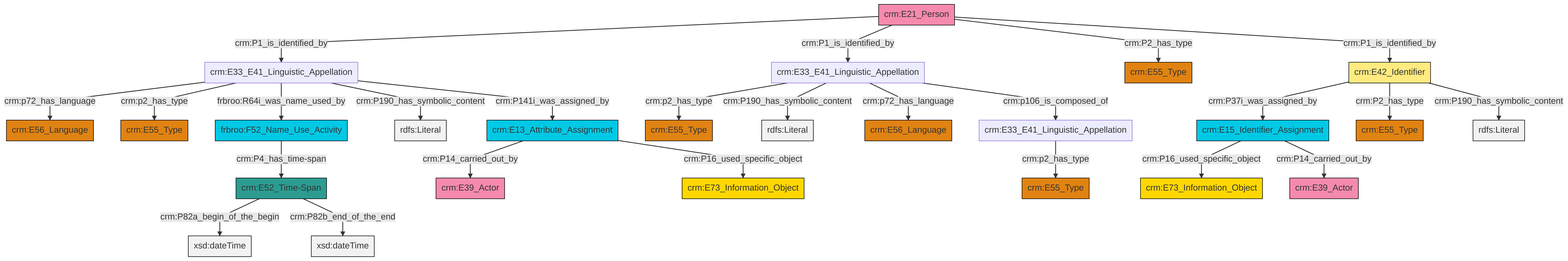
Above: et/personCSV/ttl/mmd/png/Person_Names_and_Classification.png in swiss-art-research-net/reference-data-models (Mermaid), before the change. Its source is kept beside it as et/personCSV/ttl/mmd/Person_Names_and_Classification.ttl.mmd.
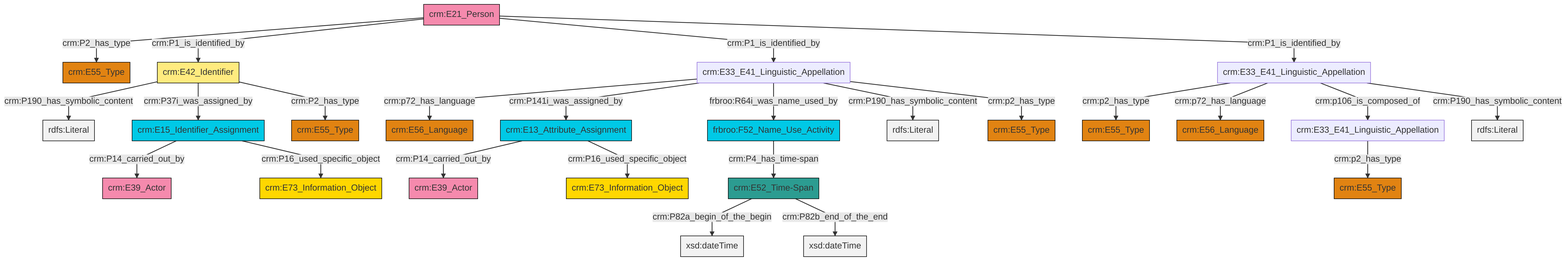
After the commit.

Diff of the diagram source:
```diff
@@ -13,27 +13,27 @@
 classDef PC_Classes fill:#4ce600, stroke:#000000;
 classDef Multi fill:#cccccc,stroke:#000000;
 
-0["crm:E15_Identifier_Assignment"]:::Temporal_Entity -->|crm:P16_used_specific_object| 1["crm:E73_Information_Object"]:::Conceptual_Object
-4["crm:E33_E41_Linguistic_Appellation"]:::Default -->|crm:p72_has_language| 6["crm:E56_Language"]:::Type
-4["crm:E33_E41_Linguistic_Appellation"]:::Default -->|crm:p2_has_type| 7["crm:E55_Type"]:::Type
-15["crm:E33_E41_Linguistic_Appellation"]:::Default -->|crm:p2_has_type| 16["crm:E55_Type"]:::Type
-13["crm:E33_E41_Linguistic_Appellation"]:::Default -->|crm:p2_has_type| 17["crm:E55_Type"]:::Type
-11["crm:E21_Person"]:::Actor -->|crm:P1_is_identified_by| 4["crm:E33_E41_Linguistic_Appellation"]:::Default
-19["crm:E42_Identifier"]:::Appellation -->|crm:P37i_was_assigned_by| 0["crm:E15_Identifier_Assignment"]:::Temporal_Entity
-19["crm:E42_Identifier"]:::Appellation -->|crm:P2_has_type| 2["crm:E55_Type"]:::Type
-4["crm:E33_E41_Linguistic_Appellation"]:::Default -->|frbroo:R64i_was_name_used_by| 8["frbroo:F52_Name_Use_Activity"]:::Temporal_Entity
-4["crm:E33_E41_Linguistic_Appellation"]:::Default -->|crm:P190_has_symbolic_content| 24[rdfs:Literal]:::Literal
-8["frbroo:F52_Name_Use_Activity"]:::Temporal_Entity -->|crm:P4_has_time-span| 26["crm:E52_Time-Span"]:::Time-Span
-26["crm:E52_Time-Span"]:::Time-Span -->|crm:P82a_begin_of_the_begin| 27[xsd:dateTime]:::Literal
-13["crm:E33_E41_Linguistic_Appellation"]:::Default -->|crm:P190_has_symbolic_content| 28[rdfs:Literal]:::Literal
-11["crm:E21_Person"]:::Actor -->|crm:P1_is_identified_by| 13["crm:E33_E41_Linguistic_Appellation"]:::Default
-26["crm:E52_Time-Span"]:::Time-Span -->|crm:P82b_end_of_the_end| 31[xsd:dateTime]:::Literal
-11["crm:E21_Person"]:::Actor -->|crm:P2_has_type| 37["crm:E55_Type"]:::Type
-19["crm:E42_Identifier"]:::Appellation -->|crm:P190_has_symbolic_content| 41[rdfs:Literal]:::Literal
-0["crm:E15_Identifier_Assignment"]:::Temporal_Entity -->|crm:P14_carried_out_by| 21["crm:E39_Actor"]:::Actor
-4["crm:E33_E41_Linguistic_Appellation"]:::Default -->|crm:P141i_was_assigned_by| 42["crm:E13_Attribute_Assignment"]:::Temporal_Entity
-42["crm:E13_Attribute_Assignment"]:::Temporal_Entity -->|crm:P14_carried_out_by| 33["crm:E39_Actor"]:::Actor
-13["crm:E33_E41_Linguistic_Appellation"]:::Default -->|crm:p72_has_language| 39["crm:E56_Language"]:::Type
-11["crm:E21_Person"]:::Actor -->|crm:P1_is_identified_by| 19["crm:E42_Identifier"]:::Appellation
-13["crm:E33_E41_Linguistic_Appellation"]:::Default -->|crm:p106_is_composed_of| 15["crm:E33_E41_Linguistic_Appellation"]:::Default
-42["crm:E13_Attribute_Assignment"]:::Temporal_Entity -->|crm:P16_used_specific_object| 35["crm:E73_Information_Object"]:::Conceptual_Object
+2["crm:E21_Person"]:::Actor -->|crm:P2_has_type| 3["crm:E55_Type"]:::Type
+4["crm:E42_Identifier"]:::Appellation -->|crm:P190_has_symbolic_content| 5[rdfs:Literal]:::Literal
+8["crm:E33_E41_Linguistic_Appellation"]:::Default -->|crm:p2_has_type| 9["crm:E55_Type"]:::Type
+12["crm:E13_Attribute_Assignment"]:::Temporal_Entity -->|crm:P14_carried_out_by| 13["crm:E39_Actor"]:::Actor
+2["crm:E21_Person"]:::Actor -->|crm:P1_is_identified_by| 4["crm:E42_Identifier"]:::Appellation
+10["crm:E15_Identifier_Assignment"]:::Temporal_Entity -->|crm:P14_carried_out_by| 16["crm:E39_Actor"]:::Actor
+19["crm:E33_E41_Linguistic_Appellation"]:::Default -->|crm:p2_has_type| 6["crm:E55_Type"]:::Type
+21["crm:E33_E41_Linguistic_Appellation"]:::Default -->|crm:p72_has_language| 22["crm:E56_Language"]:::Type
+19["crm:E33_E41_Linguistic_Appellation"]:::Default -->|crm:p72_has_language| 23["crm:E56_Language"]:::Type
+19["crm:E33_E41_Linguistic_Appellation"]:::Default -->|crm:p106_is_composed_of| 8["crm:E33_E41_Linguistic_Appellation"]:::Default
+21["crm:E33_E41_Linguistic_Appellation"]:::Default -->|crm:P141i_was_assigned_by| 12["crm:E13_Attribute_Assignment"]:::Temporal_Entity
+4["crm:E42_Identifier"]:::Appellation -->|crm:P37i_was_assigned_by| 10["crm:E15_Identifier_Assignment"]:::Temporal_Entity
+4["crm:E42_Identifier"]:::Appellation -->|crm:P2_has_type| 27["crm:E55_Type"]:::Type
+14["crm:E52_Time-Span"]:::Time-Span -->|crm:P82a_begin_of_the_begin| 33[xsd:dateTime]:::Literal
+2["crm:E21_Person"]:::Actor -->|crm:P1_is_identified_by| 21["crm:E33_E41_Linguistic_Appellation"]:::Default
+36["frbroo:F52_Name_Use_Activity"]:::Temporal_Entity -->|crm:P4_has_time-span| 14["crm:E52_Time-Span"]:::Time-Span
+2["crm:E21_Person"]:::Actor -->|crm:P1_is_identified_by| 19["crm:E33_E41_Linguistic_Appellation"]:::Default
+19["crm:E33_E41_Linguistic_Appellation"]:::Default -->|crm:P190_has_symbolic_content| 41[rdfs:Literal]:::Literal
+21["crm:E33_E41_Linguistic_Appellation"]:::Default -->|frbroo:R64i_was_name_used_by| 36["frbroo:F52_Name_Use_Activity"]:::Temporal_Entity
+21["crm:E33_E41_Linguistic_Appellation"]:::Default -->|crm:P190_has_symbolic_content| 43[rdfs:Literal]:::Literal
+21["crm:E33_E41_Linguistic_Appellation"]:::Default -->|crm:p2_has_type| 0["crm:E55_Type"]:::Type
+12["crm:E13_Attribute_Assignment"]:::Temporal_Entity -->|crm:P16_used_specific_object| 34["crm:E73_Information_Object"]:::Conceptual_Object
+10["crm:E15_Identifier_Assignment"]:::Temporal_Entity -->|crm:P16_used_specific_object| 17["crm:E73_Information_Object"]:::Conceptual_Object
+14["crm:E52_Time-Span"]:::Time-Span -->|crm:P82b_end_of_the_end| 46[xsd:dateTime]:::Literal
```
